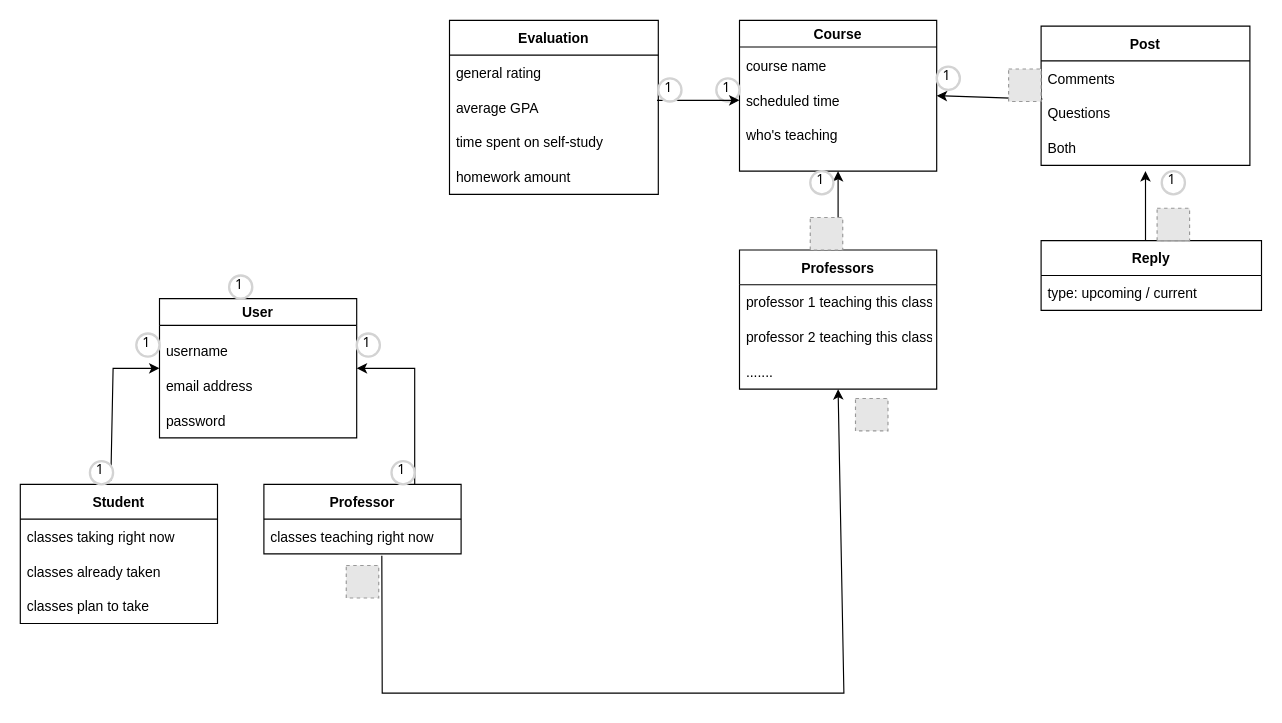
This is Domain Model.drawio from I-Dont-Want-An-F/Project, a draw.io file, before an edit. Source tidied: cells renumbered, new cells numbered last; positions are measured from the earlier drawing's top-left corner, leaving out a move shared by most shapes. Both pictures are drawn from the tidied source at 116%, with x=0, y=0 at pixel (20, 20). Pictures stored in the file or linked from it are replaced by grey dashed boxes.
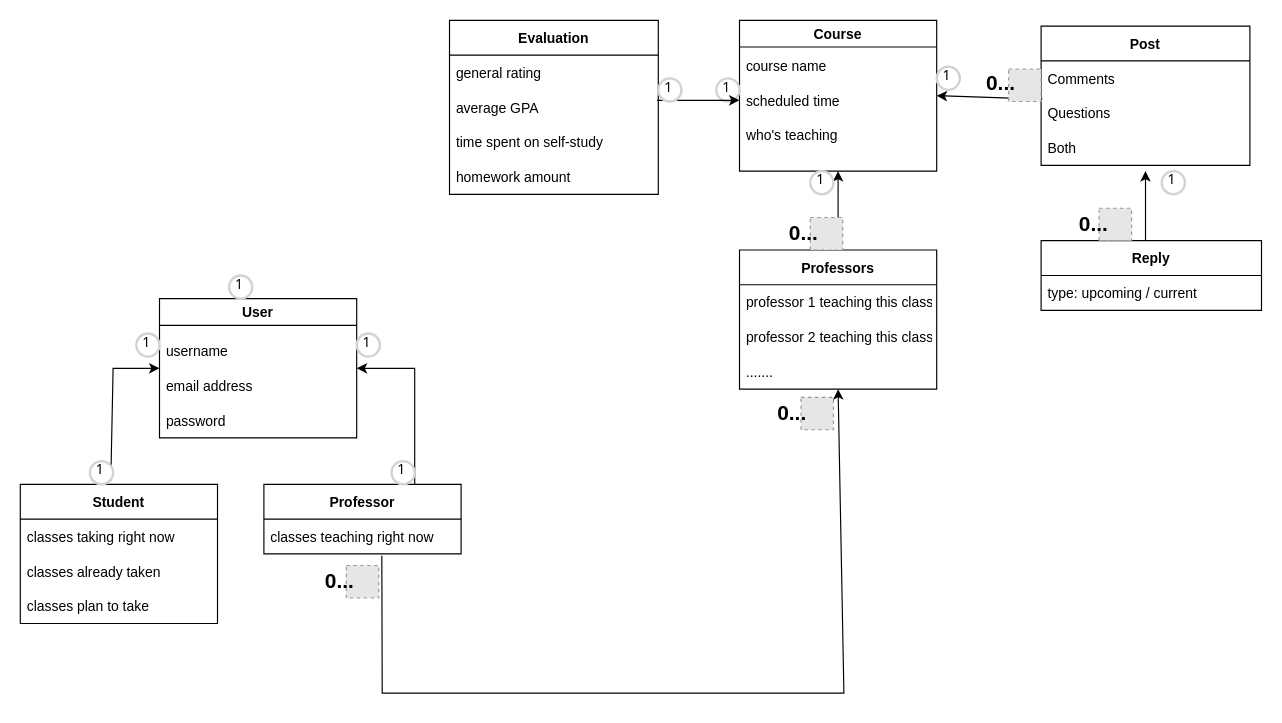
After the change.

Change to the diagram source:
```diff
@@
     <mxCell id="44" style="fillColor=#E6E6E6;strokeColor=#999999;dashed=1;html=1;verticalAlign=top;verticalLabelPosition=bottom;labelBackgroundColor=#ffffff;" parent="1" vertex="1">
-      <mxGeometry x="980" y="162" width="28" height="28" as="geometry" />
+      <mxGeometry x="930" y="162" width="28" height="28" as="geometry" />
     </mxCell>
@@
     <mxCell id="49" style="fillColor=#E6E6E6;strokeColor=#999999;dashed=1;html=1;verticalAlign=top;verticalLabelPosition=bottom;labelBackgroundColor=#ffffff;" parent="1" vertex="1">
-      <mxGeometry x="720" y="326" width="28" height="28" as="geometry" />
+      <mxGeometry x="673" y="325" width="28" height="28" as="geometry" />
     </mxCell>
@@
+    <mxCell id="53" value="&lt;b&gt;&lt;font style=&quot;font-size: 18px;&quot;&gt;0...&lt;/font&gt;&lt;/b&gt;" style="text;html=1;align=center;verticalAlign=middle;strokeColor=none;fillColor=none;" parent="1" vertex="1">
+      <mxGeometry x="250" y="469" width="50" height="30" as="geometry" />
+    </mxCell>
+    <mxCell id="54" value="&lt;b&gt;&lt;font style=&quot;font-size: 18px;&quot;&gt;0...&lt;/font&gt;&lt;/b&gt;" style="text;html=1;align=center;verticalAlign=middle;strokeColor=none;fillColor=none;" parent="1" vertex="1">
+      <mxGeometry x="640" y="324" width="50" height="30" as="geometry" />
+    </mxCell>
+    <mxCell id="55" value="&lt;b&gt;&lt;font style=&quot;font-size: 18px;&quot;&gt;0...&lt;/font&gt;&lt;/b&gt;" style="text;html=1;align=center;verticalAlign=middle;strokeColor=none;fillColor=none;" parent="1" vertex="1">
+      <mxGeometry x="650" y="169" width="50" height="30" as="geometry" />
+    </mxCell>
+    <mxCell id="56" value="&lt;b&gt;&lt;font style=&quot;font-size: 18px;&quot;&gt;0...&lt;/font&gt;&lt;/b&gt;" style="text;html=1;align=center;verticalAlign=middle;strokeColor=none;fillColor=none;" parent="1" vertex="1">
+      <mxGeometry x="820" y="40" width="50" height="30" as="geometry" />
+    </mxCell>
+    <mxCell id="57" value="&lt;b&gt;&lt;font style=&quot;font-size: 18px;&quot;&gt;0...&lt;/font&gt;&lt;/b&gt;" style="text;html=1;align=center;verticalAlign=middle;strokeColor=none;fillColor=none;" parent="1" vertex="1">
+      <mxGeometry x="900" y="161" width="50" height="30" as="geometry" />
+    </mxCell>
```
